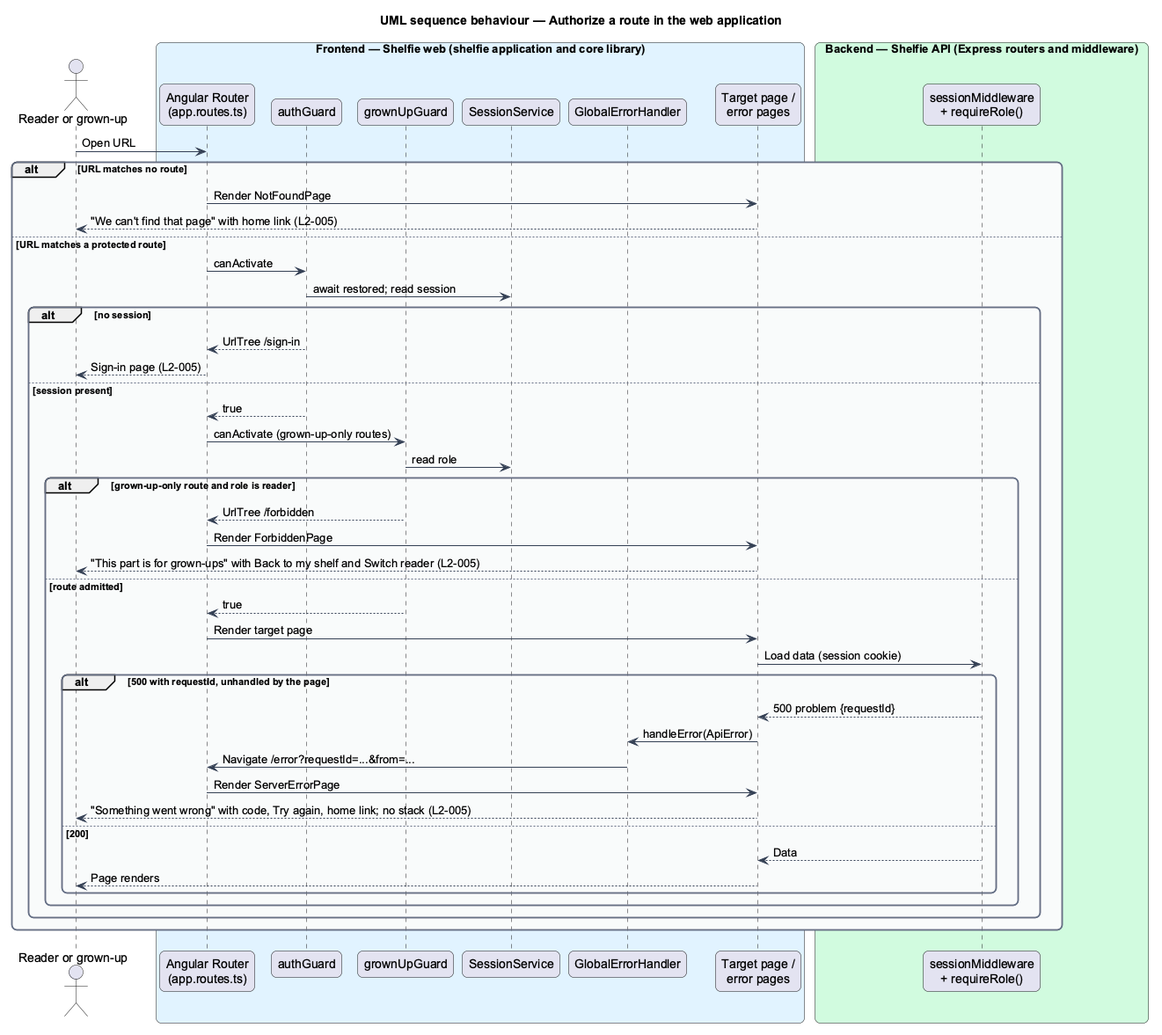
Earlier version of the PlantUML export docs/detailed-designs/sign-in/authorize-access/diagrams/sequence-authorize-route.png (QuinntyneBrown/shelfie).
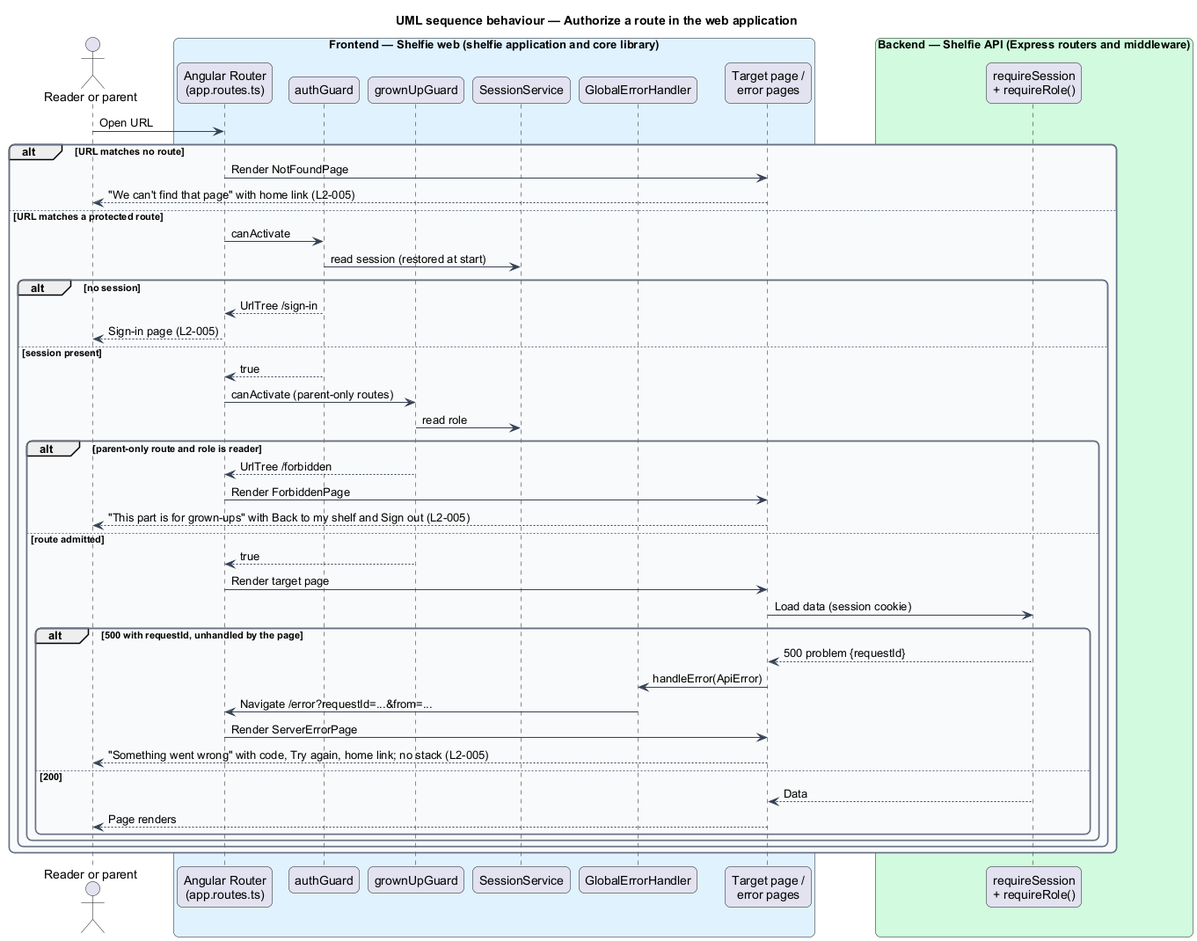
After the commit.

What changed in the source:
```diff
@@ -14,7 +14,7 @@
   FontColor #101828
   BackgroundColor #F9FAFB
 }
-actor "Reader or grown-up" as person
+actor "Reader or parent" as person
 box "Frontend — Shelfie web (shelfie application and core library)" #E0F2FE
   participant "Angular Router\n(app.routes.ts)" as routerFe
   participant "authGuard" as authGuard
@@ -24,7 +24,7 @@
   participant "Target page /\nerror pages" as pages
 end box
 box "Backend — Shelfie API (Express routers and middleware)" #D1FADF
-  participant "sessionMiddleware\n+ requireRole()" as api
+  participant "requireSession\n+ requireRole()" as api
 end box
 
 person -> routerFe : Open URL
@@ -33,18 +33,18 @@
   pages --> person : "We can't find that page" with home link (L2-005)
 else URL matches a protected route
   routerFe -> authGuard : canActivate
-  authGuard -> sessionSvc : await restored; read session
+  authGuard -> sessionSvc : read session (restored at start)
   alt no session
     authGuard --> routerFe : UrlTree /sign-in
     routerFe --> person : Sign-in page (L2-005)
   else session present
     authGuard --> routerFe : true
-    routerFe -> roleGuard : canActivate (grown-up-only routes)
+    routerFe -> roleGuard : canActivate (parent-only routes)
     roleGuard -> sessionSvc : read role
-    alt grown-up-only route and role is reader
+    alt parent-only route and role is reader
       roleGuard --> routerFe : UrlTree /forbidden
       routerFe -> pages : Render ForbiddenPage
-      pages --> person : "This part is for grown-ups" with Back to my shelf and Switch reader (L2-005)
+      pages --> person : "This part is for grown-ups" with Back to my shelf and Sign out (L2-005)
     else route admitted
       roleGuard --> routerFe : true
       routerFe -> pages : Render target page
```
